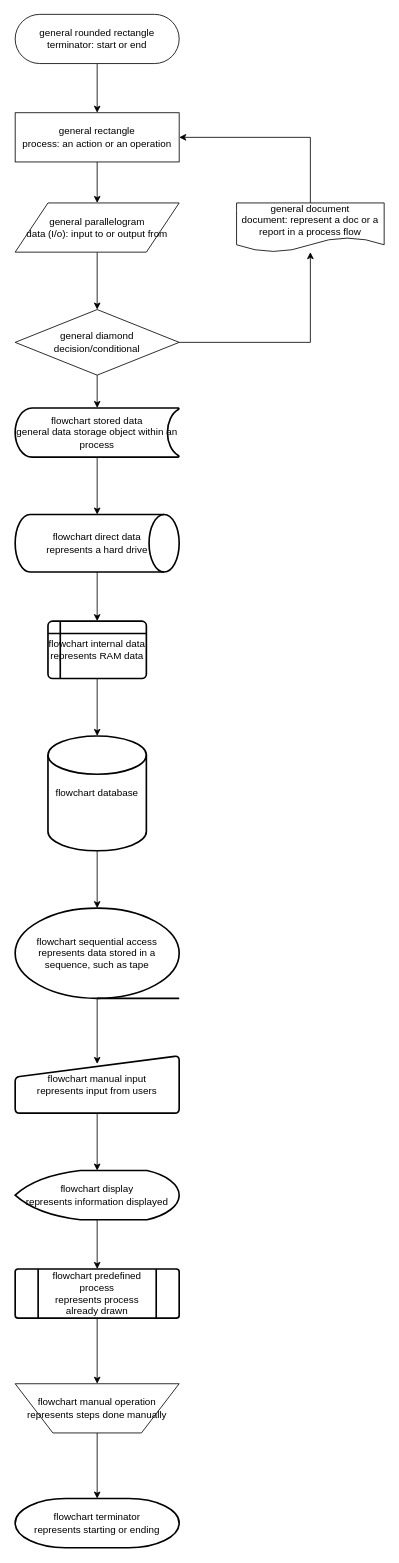
Above: page "Flowchart" (3 of 5) of editor/drawio/drawio.drawio in yangdj/tf_docs (draw.io), before the change. Source tidied: cells renumbered, new cells numbered last; positions are measured from the earlier drawing's top-left corner, leaving out a move shared by most shapes. Both pictures are drawn from the tidied source at 82%, with x=0, y=0 at pixel (15, 14).
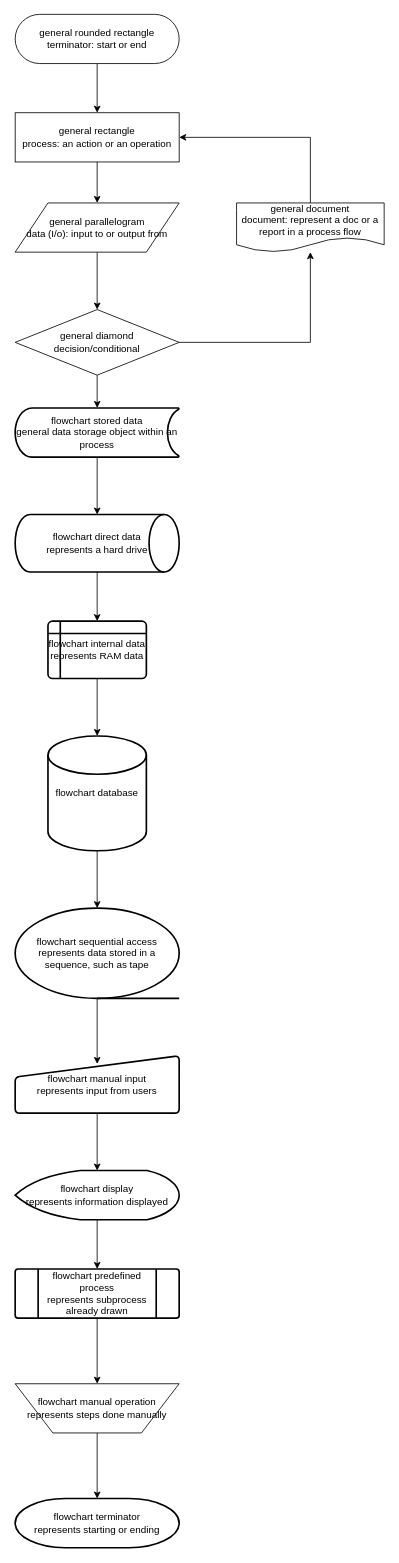
After the change.

Diff of the diagram source:
```diff
@@
-    <mxCell id="25" value="flowchart predefined process&lt;br&gt;represents process already drawn" style="verticalLabelPosition=middle;verticalAlign=middle;html=1;shape=process;whiteSpace=wrap;rounded=1;size=0.14;arcSize=6;strokeWidth=2;horizontal=1;labelPosition=center;align=center;labelBackgroundColor=none;" parent="1" vertex="1">
+    <mxCell id="25" value="flowchart predefined process&lt;br&gt;represents subprocess already drawn" style="verticalLabelPosition=middle;verticalAlign=middle;html=1;shape=process;whiteSpace=wrap;rounded=1;size=0.14;arcSize=6;strokeWidth=2;horizontal=1;labelPosition=center;align=center;labelBackgroundColor=none;" parent="1" vertex="1">
       <mxGeometry y="1530" width="200" height="60" as="geometry" />
     </mxCell>
```
